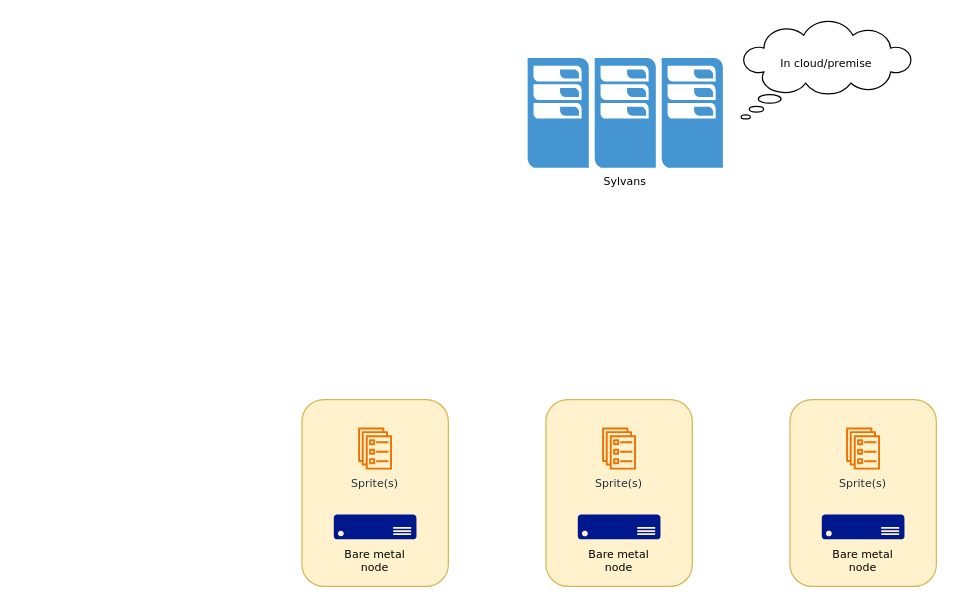
This is Minibiome.drawio from minibiome/grimoire, a draw.io file, before an edit. Source tidied: cells renumbered, new cells numbered last; positions are measured from the earlier drawing's top-left corner, leaving out a move shared by most shapes. Both pictures are drawn from the tidied source at 122%, with x=0, y=0 at pixel (301, 21).
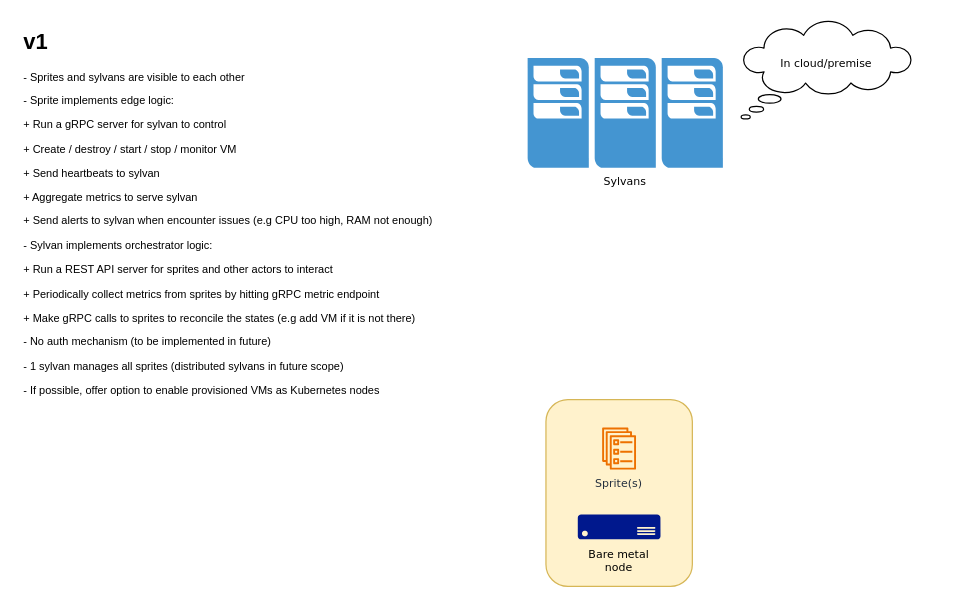
The same page after the edit.

Diff of the diagram source:
```diff
@@
 <mxGraphModel>
   <root>
     <mxCell id="0" />
     <mxCell id="1" parent="0" />
     <mxCell id="2" value="Sylvans" style="shadow=0;dashed=0;strokeColor=none;fillColor=#4495D1;labelPosition=center;verticalLabelPosition=bottom;verticalAlign=top;align=center;shape=mxgraph.veeam.cluster;fontFamily=Verdana;fontSize=9;fontStyle=0;textShadow=0;whiteSpace=wrap;" parent="1" vertex="1">
       <mxGeometry x="185" y="30" width="160" height="90" as="geometry" />
     </mxCell>
-    <mxCell id="3" style="group;fontFamily=Verdana;fontSize=9;fontStyle=0;textShadow=0;whiteSpace=wrap;" parent="1" vertex="1">
-      <mxGeometry y="310" width="120" height="153.2" as="geometry" />
-    </mxCell>
-    <mxCell id="4" style="rounded=1;fontSize=9;shadow=0;glass=0;fillColor=#fff2cc;strokeColor=#d6b656;fontFamily=Verdana;fontStyle=0;textShadow=0;whiteSpace=wrap;" parent="3" vertex="1">
-      <mxGeometry width="120" height="153.2" as="geometry" />
-    </mxCell>
-    <mxCell id="5" value="Bare metal node" style="sketch=0;shadow=0;dashed=0;strokeColor=none;labelPosition=center;verticalLabelPosition=bottom;verticalAlign=top;align=center;fillColor=#00188D;shape=mxgraph.azure.server;fontSize=9;fontFamily=Verdana;fontStyle=0;textShadow=0;whiteSpace=wrap;" parent="3" vertex="1">
-      <mxGeometry x="26.1" y="94.3" width="67.8" height="20.3" as="geometry" />
-    </mxCell>
-    <mxCell id="6" value="Sprite(s)" style="sketch=0;fontColor=#232F3E;gradientColor=none;fillColor=#ED7100;strokeColor=none;dashed=0;verticalLabelPosition=bottom;verticalAlign=top;align=center;fontSize=9;fontStyle=0;shape=mxgraph.aws4.ecs_service;fontFamily=Verdana;textShadow=0;whiteSpace=wrap;" parent="3" vertex="1">
-      <mxGeometry x="46" y="23" width="27.9" height="34.4" as="geometry" />
-    </mxCell>
     <mxCell id="7" style="group;fontFamily=Verdana;fontSize=9;fontStyle=0;textShadow=0;whiteSpace=wrap;" parent="1" vertex="1">
       <mxGeometry x="200" y="310" width="120" height="153.2" as="geometry" />
     </mxCell>
     <mxCell id="8" style="rounded=1;fontSize=9;shadow=0;glass=0;fillColor=#fff2cc;strokeColor=#d6b656;fontFamily=Verdana;fontStyle=0;textShadow=0;whiteSpace=wrap;" parent="7" vertex="1">
       <mxGeometry width="120" height="153.2" as="geometry" />
     </mxCell>
     <mxCell id="9" value="Bare metal node" style="sketch=0;shadow=0;dashed=0;strokeColor=none;labelPosition=center;verticalLabelPosition=bottom;verticalAlign=top;align=center;fillColor=#00188D;shape=mxgraph.azure.server;fontSize=9;fontFamily=Verdana;fontStyle=0;textShadow=0;whiteSpace=wrap;" parent="7" vertex="1">
       <mxGeometry x="26.1" y="94.3" width="67.8" height="20.3" as="geometry" />
     </mxCell>
     <mxCell id="10" value="Sprite(s)" style="sketch=0;fontColor=#232F3E;gradientColor=none;fillColor=#ED7100;strokeColor=none;dashed=0;verticalLabelPosition=bottom;verticalAlign=top;align=center;fontSize=9;fontStyle=0;shape=mxgraph.aws4.ecs_service;fontFamily=Verdana;textShadow=0;whiteSpace=wrap;" parent="7" vertex="1">
       <mxGeometry x="46" y="23" width="27.9" height="34.4" as="geometry" />
     </mxCell>
-    <mxCell id="11" style="group;fontFamily=Verdana;fontSize=9;fontStyle=0;textShadow=0;whiteSpace=wrap;" parent="1" vertex="1">
-      <mxGeometry x="400" y="310" width="120" height="153.2" as="geometry" />
-    </mxCell>
-    <mxCell id="12" style="rounded=1;fontSize=9;shadow=0;glass=0;fillColor=#fff2cc;strokeColor=#d6b656;fontFamily=Verdana;fontStyle=0;textShadow=0;whiteSpace=wrap;" parent="11" vertex="1">
-      <mxGeometry width="120" height="153.2" as="geometry" />
-    </mxCell>
-    <mxCell id="13" value="Bare metal node" style="sketch=0;shadow=0;dashed=0;strokeColor=none;labelPosition=center;verticalLabelPosition=bottom;verticalAlign=top;align=center;fillColor=#00188D;shape=mxgraph.azure.server;fontSize=9;fontFamily=Verdana;fontStyle=0;textShadow=0;whiteSpace=wrap;" parent="11" vertex="1">
-      <mxGeometry x="26.1" y="94.3" width="67.8" height="20.3" as="geometry" />
-    </mxCell>
-    <mxCell id="14" value="Sprite(s)" style="sketch=0;fontColor=#232F3E;gradientColor=none;fillColor=#ED7100;strokeColor=none;dashed=0;verticalLabelPosition=bottom;verticalAlign=top;align=center;fontSize=9;fontStyle=0;shape=mxgraph.aws4.ecs_service;fontFamily=Verdana;textShadow=0;whiteSpace=wrap;" parent="11" vertex="1">
-      <mxGeometry x="46" y="23" width="27.9" height="34.4" as="geometry" />
-    </mxCell>
     <mxCell id="15" style="group;fontFamily=Verdana;fontSize=9;fontStyle=0;textShadow=0;whiteSpace=wrap;" parent="1" vertex="1">
       <mxGeometry x="360" width="140" height="80" as="geometry" />
     </mxCell>
     <mxCell id="16" style="shape=mxgraph.basic.cloud_callout;fontSize=9;fontFamily=Verdana;fontStyle=0;textShadow=0;whiteSpace=wrap;" parent="15" vertex="1">
       <mxGeometry width="140" height="80" as="geometry" />
     </mxCell>
     <mxCell id="17" value="In cloud/premise" style="text;align=center;verticalAlign=middle;rounded=0;fontSize=9;fontFamily=Verdana;fontStyle=0;textShadow=0;whiteSpace=wrap;" parent="15" vertex="1">
       <mxGeometry x="15" y="20" width="110" height="30" as="geometry" />
     </mxCell>
+    <mxCell id="18" value="&lt;h1 style=&quot;margin-top: 0px;&quot;&gt;v1&lt;/h1&gt;&lt;p&gt;- Sprites and sylvans are visible to each other&lt;/p&gt;&lt;p&gt;- Sprite implements edge logic:&lt;/p&gt;&lt;p&gt;+&amp;nbsp;&lt;span style=&quot;background-color: transparent; color: light-dark(rgb(0, 0, 0), rgb(255, 255, 255));&quot;&gt;Run a gRPC server for sylvan to control&lt;/span&gt;&lt;/p&gt;&lt;p&gt;+ Create / destroy / start / stop / monitor VM&lt;/p&gt;&lt;p&gt;+ Send heartbeats to sylvan&lt;/p&gt;&lt;p&gt;+ Aggregate metrics to serve sylvan&lt;/p&gt;&lt;p&gt;+ Send alerts to sylvan when encounter issues (e.g CPU too high, RAM not enough)&lt;/p&gt;&lt;p&gt;- Sylvan implements orchestrator logic:&lt;/p&gt;&lt;p&gt;+ Run a REST API server for sprites and other actors to interact&lt;/p&gt;&lt;p&gt;+ Periodically collect metrics from sprites by hitting gRPC metric endpoint&lt;/p&gt;&lt;p&gt;+ Make gRPC calls to sprites to reconcile the states (e.g add VM if it is not there)&lt;/p&gt;&lt;p&gt;- No auth mechanism (to be implemented in future)&lt;/p&gt;&lt;p&gt;- 1 sylvan manages all sprites (distributed sylvans in future scope)&lt;/p&gt;&lt;p&gt;- If possible, offer option to enable provisioned VMs as Kubernetes nodes&lt;/p&gt;" style="text;html=1;whiteSpace=wrap;overflow=hidden;rounded=0;fontSize=9;" parent="1" vertex="1">
+      <mxGeometry x="-230" width="350" height="340" as="geometry" />
+    </mxCell>
   </root>
 </mxGraphModel>
```
